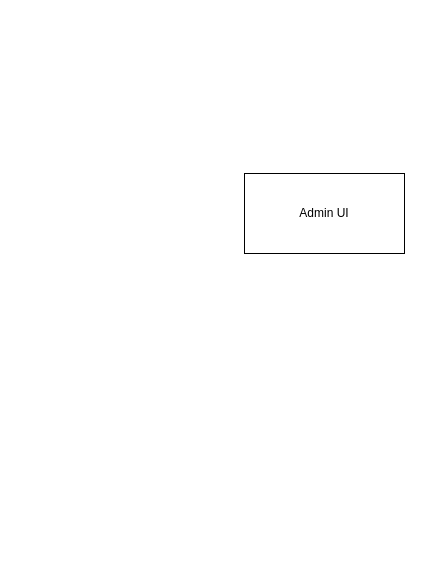
Before: TransactR.drawio in FreeSideNomad/Architecture, a draw.io diagram. Source tidied: cells renumbered, new cells numbered last; positions are measured from the earlier drawing's top-left corner, leaving out a move shared by most shapes. Both pictures are drawn from the tidied source at 100%, with x=0, y=0 at pixel (244, 173).
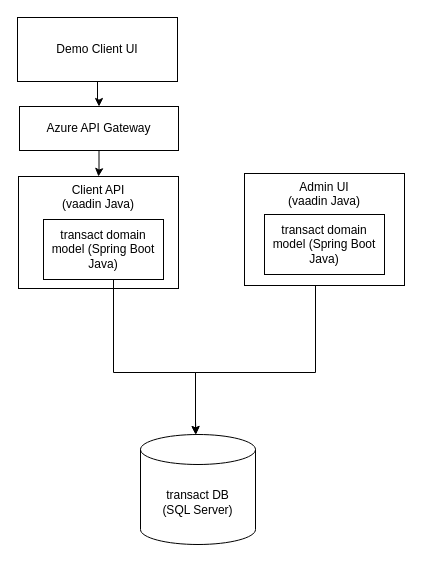
The same page after the edit.

Change to the diagram source:
```diff
@@
 <mxGraphModel>
   <root>
     <mxCell id="0" />
     <mxCell id="1" parent="0" />
+    <mxCell id="3" style="edgeStyle=orthogonalEdgeStyle;rounded=0;orthogonalLoop=1;jettySize=auto;html=1;exitX=0.5;exitY=1;exitDx=0;exitDy=0;entryX=0.5;entryY=0;entryDx=0;entryDy=0;entryPerimeter=0;" parent="1" edge="1">
+      <mxGeometry relative="1" as="geometry">
+        <mxPoint x="71" y="18" as="sourcePoint" />
+        <mxPoint x="-48.5" y="261" as="targetPoint" />
+        <Array as="points">
+          <mxPoint x="71" y="199" />
+          <mxPoint x="-49" y="199" />
+          <mxPoint x="-49" y="248" />
+          <mxPoint x="-49" y="248" />
+        </Array>
+      </mxGeometry>
+    </mxCell>
-    <mxCell id="2" value="Admin UI" style="rounded=0;whiteSpace=wrap;html=1;" parent="1" vertex="1">
-      <mxGeometry width="160" height="80" as="geometry" />
+    <mxCell id="2" value="Admin UI&lt;br&gt;(vaadin Java)" style="rounded=0;whiteSpace=wrap;html=1;horizontal=1;verticalAlign=top;" parent="1" vertex="1">
+      <mxGeometry width="160" height="112" as="geometry" />
     </mxCell>
+    <mxCell id="4" value="transact DB&lt;div&gt;(SQL Server)&lt;/div&gt;" style="shape=cylinder3;whiteSpace=wrap;html=1;boundedLbl=1;backgroundOutline=1;size=15;" parent="1" vertex="1">
+      <mxGeometry x="-104" y="261" width="115" height="110" as="geometry" />
+    </mxCell>
+    <mxCell id="5" value="transact domain model (Spring Boot Java)" style="rounded=0;whiteSpace=wrap;html=1;" parent="1" vertex="1">
+      <mxGeometry x="20" y="41" width="120" height="60" as="geometry" />
+    </mxCell>
+    <mxCell id="6" value="Client API&lt;br&gt;(vaadin Java)" style="rounded=0;whiteSpace=wrap;html=1;horizontal=1;verticalAlign=top;" parent="1" vertex="1">
+      <mxGeometry x="-226" y="3" width="160" height="112" as="geometry" />
+    </mxCell>
+    <mxCell id="7" style="edgeStyle=orthogonalEdgeStyle;rounded=0;jettySize=auto;html=1;" parent="1" edge="1" source="8" target="4">
+      <mxGeometry relative="1" as="geometry">
+        <Array as="points">
+          <mxPoint x="-131" y="199" />
+          <mxPoint x="-49" y="199" />
+        </Array>
+      </mxGeometry>
+    </mxCell>
+    <mxCell id="8" value="transact domain model (Spring Boot Java)" style="rounded=0;whiteSpace=wrap;html=1;" parent="1" vertex="1">
+      <mxGeometry x="-201" y="46" width="120" height="60" as="geometry" />
+    </mxCell>
+    <mxCell id="9" style="edgeStyle=orthogonalEdgeStyle;rounded=0;jettySize=auto;html=1;entryX=0.5;entryY=0;entryDx=0;entryDy=0;" parent="1" edge="1" source="10" target="6">
+      <mxGeometry relative="1" as="geometry" />
+    </mxCell>
+    <mxCell id="10" value="Azure API Gateway" style="rounded=0;whiteSpace=wrap;html=1;" parent="1" vertex="1">
+      <mxGeometry x="-225" y="-67" width="159" height="44" as="geometry" />
+    </mxCell>
+    <mxCell id="11" style="edgeStyle=orthogonalEdgeStyle;rounded=0;jettySize=auto;html=1;exitX=0.5;exitY=1;exitDx=0;exitDy=0;" parent="1" edge="1" source="12" target="10">
+      <mxGeometry relative="1" as="geometry" />
+    </mxCell>
+    <mxCell id="12" value="Demo Client UI" style="rounded=0;whiteSpace=wrap;html=1;horizontal=1;verticalAlign=middle;" parent="1" vertex="1">
+      <mxGeometry x="-227" y="-156" width="160" height="64" as="geometry" />
+    </mxCell>
   </root>
 </mxGraphModel>
```
